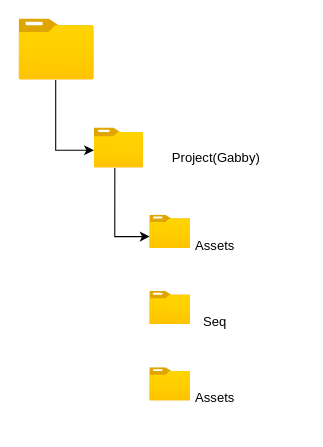
The draw.io diagram gbm_data_flow/gbm_folder_structure.drawio in Mawerikas/draw.io, before the edit. Source tidied: cells renumbered, new cells numbered last; positions are measured from the earlier drawing's top-left corner, leaving out a move shared by most shapes. Both pictures are drawn from the tidied source at 109%, with x=0, y=0 at pixel (19, 19).
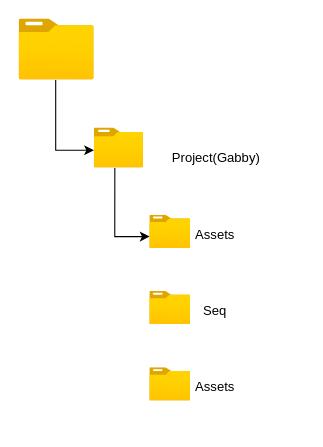
The same page after the edit.

The edit, as a diff of the source:
```diff
@@
 <mxGraphModel>
   <root>
     <mxCell id="0" />
     <mxCell id="1" parent="0" />
     <mxCell id="2" style="edgeStyle=orthogonalEdgeStyle;rounded=0;jettySize=auto;html=1;entryX=-0.006;entryY=0.554;entryDx=0;entryDy=0;entryPerimeter=0;exitX=0.487;exitY=0.997;exitDx=0;exitDy=0;exitPerimeter=0;" parent="1" edge="1" source="3" target="9">
       <mxGeometry relative="1" as="geometry" />
     </mxCell>
     <mxCell id="3" style="image;html=1;points=[];align=center;fontSize=12;image=img/lib/azure2/general/Folder_Blank.svg;" parent="1" vertex="1">
       <mxGeometry width="69" height="56" as="geometry" />
     </mxCell>
     <mxCell id="4" style="edgeStyle=orthogonalEdgeStyle;rounded=0;jettySize=auto;html=1;entryX=-0.006;entryY=0.642;entryDx=0;entryDy=0;entryPerimeter=0;exitX=0.417;exitY=1.001;exitDx=0;exitDy=0;exitPerimeter=0;" parent="1" edge="1" source="9" target="6">
       <mxGeometry relative="1" as="geometry" />
     </mxCell>
-    <mxCell id="5" style="group;align=center;verticalAlign=top;strokeColor=none;fillColor=default;" parent="1" vertex="1">
+    <mxCell id="5" style="group;align=center;verticalAlign=top;strokeColor=none;fillColor=none;" parent="1" vertex="1">
       <mxGeometry x="120" y="180" width="142" height="56" as="geometry" />
     </mxCell>
     <mxCell id="6" value="&lt;div style=&quot;text-align: justify;&quot;&gt;&lt;br&gt;&lt;/div&gt;" style="image;html=1;points=[];align=center;fontSize=12;image=img/lib/azure2/general/Folder_Blank.svg;" parent="5" vertex="1">
       <mxGeometry width="37.5" height="30.5" as="geometry" />
     </mxCell>
     <mxCell id="7" value="Assets" style="text;html=1;align=center;verticalAlign=middle;whiteSpace=wrap;rounded=0;" parent="5" vertex="1">
-      <mxGeometry x="44.1" y="13" width="32.1" height="30" as="geometry" />
+      <mxGeometry x="44.1" y="3" width="32.1" height="30" as="geometry" />
     </mxCell>
     <mxCell id="8" style="group;" parent="1" vertex="1">
       <mxGeometry x="69" y="100" width="171" height="56" as="geometry" />
     </mxCell>
     <mxCell id="9" value="&lt;div style=&quot;text-align: justify;&quot;&gt;&lt;br&gt;&lt;/div&gt;" style="image;html=1;points=[];align=center;fontSize=12;image=img/lib/azure2/general/Folder_Blank.svg;" parent="8" vertex="1">
       <mxGeometry width="45.2" height="36.7" as="geometry" />
     </mxCell>
     <mxCell id="10" value="Project(Gabby)" style="text;html=1;align=center;verticalAlign=middle;whiteSpace=wrap;rounded=0;" parent="8" vertex="1">
       <mxGeometry x="53.1" y="13" width="117.9" height="30" as="geometry" />
     </mxCell>
-    <mxCell id="11" style="group;align=center;verticalAlign=top;strokeColor=none;fillColor=default;" parent="1" vertex="1">
+    <mxCell id="11" style="group;align=center;verticalAlign=top;strokeColor=none;fillColor=none;" parent="1" vertex="1">
       <mxGeometry x="120" y="250" width="142" height="56" as="geometry" />
     </mxCell>
     <mxCell id="12" value="&lt;div style=&quot;text-align: justify;&quot;&gt;&lt;br&gt;&lt;/div&gt;" style="image;html=1;align=center;fontSize=12;image=img/lib/azure2/general/Folder_Blank.svg;" parent="11" vertex="1">
       <mxGeometry width="37.5" height="30.5" as="geometry" />
     </mxCell>
     <mxCell id="13" value="Seq" style="text;html=1;align=center;verticalAlign=middle;whiteSpace=wrap;rounded=0;" parent="11" vertex="1">
-      <mxGeometry x="44.1" y="13" width="32.1" height="30" as="geometry" />
+      <mxGeometry x="44.1" y="3" width="32.1" height="30" as="geometry" />
     </mxCell>
-    <mxCell id="14" style="group;align=center;verticalAlign=top;strokeColor=none;fillColor=default;" parent="1" vertex="1">
+    <mxCell id="14" style="group;align=center;verticalAlign=top;strokeColor=none;fillColor=none;" parent="1" vertex="1">
       <mxGeometry x="120" y="320" width="142" height="56" as="geometry" />
     </mxCell>
     <mxCell id="15" value="&lt;div style=&quot;text-align: justify;&quot;&gt;&lt;br&gt;&lt;/div&gt;" style="image;html=1;align=center;fontSize=12;image=img/lib/azure2/general/Folder_Blank.svg;" parent="14" vertex="1">
       <mxGeometry width="37.5" height="30.5" as="geometry" />
     </mxCell>
     <mxCell id="16" value="Assets" style="text;html=1;align=center;verticalAlign=middle;whiteSpace=wrap;rounded=0;" parent="14" vertex="1">
-      <mxGeometry x="44.1" y="13" width="32.1" height="30" as="geometry" />
+      <mxGeometry x="44.1" y="3" width="32.1" height="30" as="geometry" />
     </mxCell>
   </root>
 </mxGraphModel>
```
